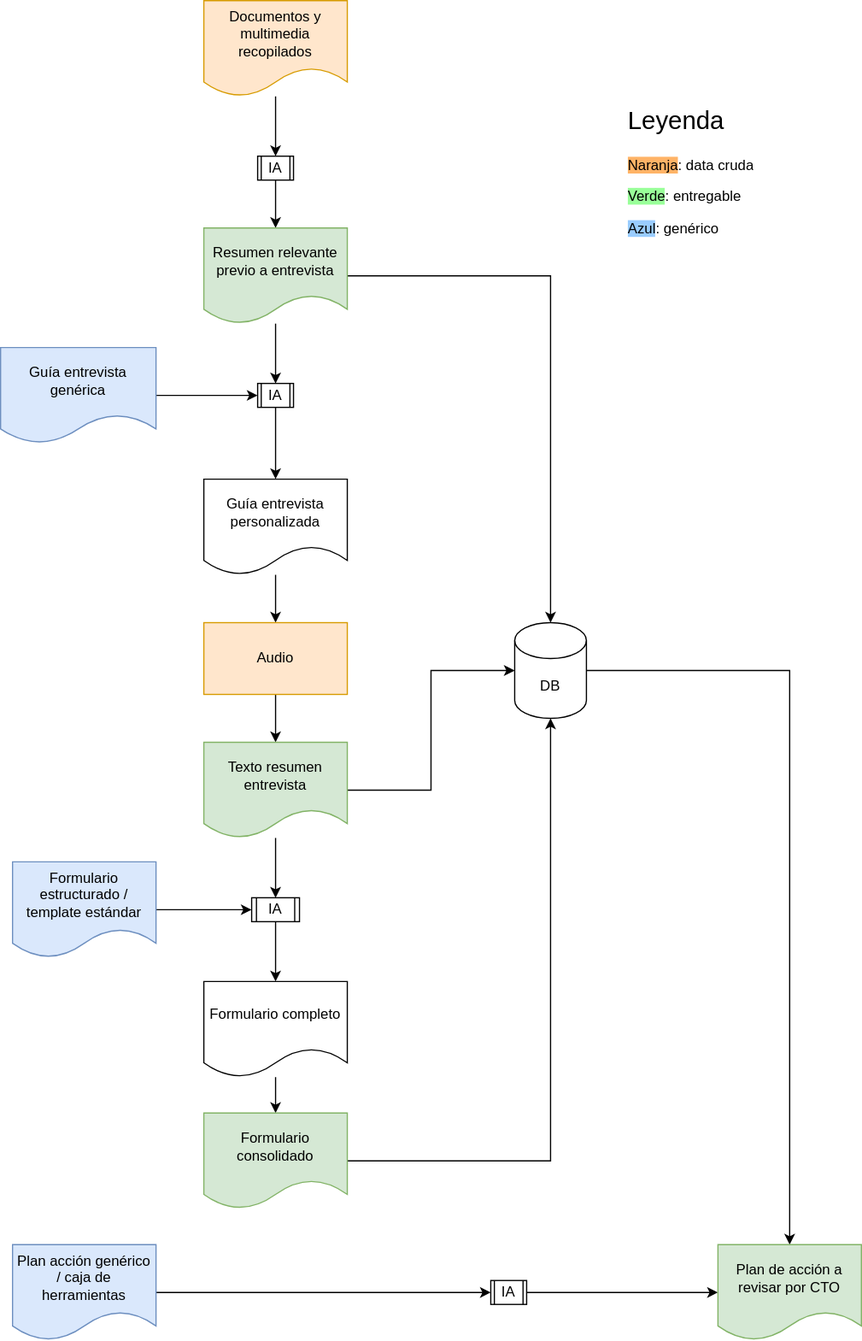
Earlier version of the draw.io export documentos/diagramas/Diagrama.svg (pablosartorio/iandes). Source tidied: cells renumbered, new cells last; positions are measured from the earlier drawing's top-left corner, leaving out a move shared by most shapes.
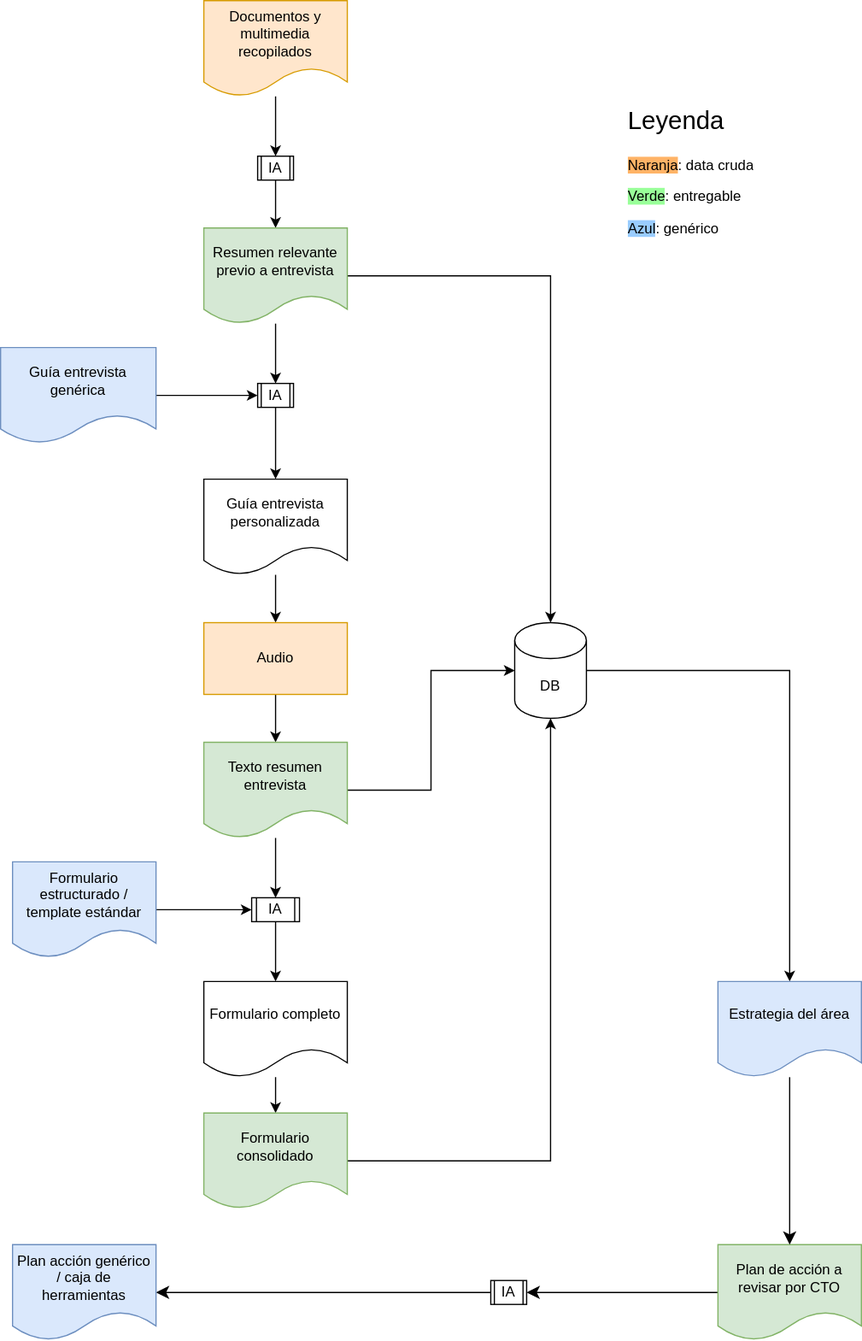
The same diagram one commit later.

Change to the diagram source:
```diff
@@ -23,7 +23,7 @@
     <mxCell id="8" value="Resumen relevante previo a entrevista" style="shape=document;whiteSpace=wrap;html=1;boundedLbl=1;fillColor=#d5e8d4;strokeColor=#82b366;" parent="1" vertex="1">
       <mxGeometry x="170" y="190" width="120" height="80" as="geometry" />
     </mxCell>
-    <mxCell id="9" style="edgeStyle=orthogonalEdgeStyle;rounded=0;jettySize=auto;html=1;exitX=1;exitY=0.5;exitDx=0;exitDy=0;exitPerimeter=0;" parent="1" edge="1" source="10" target="34">
+    <mxCell id="9" style="edgeStyle=orthogonalEdgeStyle;rounded=0;jettySize=auto;html=1;exitX=1;exitY=0.5;exitDx=0;exitDy=0;exitPerimeter=0;entryX=0.5;entryY=0;entryDx=0;entryDy=0;" parent="1" edge="1" source="10" target="39">
       <mxGeometry relative="1" as="geometry" />
     </mxCell>
     <mxCell id="10" value="DB" style="shape=cylinder3;whiteSpace=wrap;html=1;boundedLbl=1;backgroundOutline=1;size=15;" parent="1" vertex="1">
@@ -86,23 +86,29 @@
     <mxCell id="29" value="Formulario consolidado" style="shape=document;whiteSpace=wrap;html=1;boundedLbl=1;rounded=0;fillColor=#d5e8d4;strokeColor=#82b366;" parent="1" vertex="1">
       <mxGeometry x="170" y="930" width="120" height="80" as="geometry" />
     </mxCell>
-    <mxCell id="30" style="edgeStyle=orthogonalEdgeStyle;rounded=0;jettySize=auto;html=1;entryX=0;entryY=0.5;entryDx=0;entryDy=0;" parent="1" edge="1" source="31" target="34">
-      <mxGeometry relative="1" as="geometry" />
-    </mxCell>
+    <mxCell id="36" style="edgeStyle=none;curved=1;rounded=0;jettySize=auto;html=1;entryX=1;entryY=0.5;entryDx=0;entryDy=0;fontSize=12;startSize=8;endSize=8;" parent="1" edge="1" source="31" target="33">
+      <mxGeometry relative="1" as="geometry" />
+    </mxCell>
     <mxCell id="31" value="IA" style="shape=process;whiteSpace=wrap;html=1;backgroundOutline=1;rounded=0;" parent="1" vertex="1">
       <mxGeometry x="410" y="1070" width="30" height="20" as="geometry" />
     </mxCell>
-    <mxCell id="32" style="edgeStyle=orthogonalEdgeStyle;rounded=0;jettySize=auto;html=1;" parent="1" edge="1" source="33" target="31">
-      <mxGeometry relative="1" as="geometry" />
-    </mxCell>
     <mxCell id="33" value="Plan acción genérico / caja de herramientas" style="shape=document;whiteSpace=wrap;html=1;boundedLbl=1;fillColor=#dae8fc;strokeColor=#6c8ebf;" parent="1" vertex="1">
       <mxGeometry x="10" y="1040" width="120" height="80" as="geometry" />
     </mxCell>
+    <mxCell id="37" style="edgeStyle=none;curved=1;rounded=0;jettySize=auto;html=1;entryX=1;entryY=0.5;entryDx=0;entryDy=0;fontSize=12;startSize=8;endSize=8;" parent="1" edge="1" source="34" target="31">
+      <mxGeometry relative="1" as="geometry" />
+    </mxCell>
     <mxCell id="34" value="Plan de acción a revisar por CTO" style="shape=document;whiteSpace=wrap;html=1;boundedLbl=1;fillColor=#d5e8d4;strokeColor=#82b366;" parent="1" vertex="1">
       <mxGeometry x="600" y="1040" width="120" height="80" as="geometry" />
     </mxCell>
     <mxCell id="35" value="&lt;h1&gt;&lt;font style=&quot;font-size: 21px; font-weight: normal;&quot;&gt;Leyenda&lt;/font&gt;&lt;/h1&gt;&lt;p&gt;&lt;span style=&quot;background-color: rgb(255, 179, 102);&quot;&gt;Naranja&lt;/span&gt;: data cruda&lt;/p&gt;&lt;p&gt;&lt;span style=&quot;background-color: rgb(153, 255, 153);&quot;&gt;Verde&lt;/span&gt;: entregable&lt;/p&gt;&lt;p&gt;&lt;font style=&quot;background-color: rgb(153, 204, 255);&quot;&gt;Azul&lt;/font&gt;: genérico&lt;/p&gt;" style="text;html=1;strokeColor=none;fillColor=none;spacing=5;spacingTop=-20;whiteSpace=wrap;overflow=hidden;rounded=0;" parent="1" vertex="1">
       <mxGeometry x="520" y="80" width="190" height="120" as="geometry" />
     </mxCell>
+    <mxCell id="38" style="edgeStyle=none;curved=1;rounded=0;jettySize=auto;html=1;fontSize=12;startSize=8;endSize=8;" parent="1" edge="1" source="39" target="34">
+      <mxGeometry relative="1" as="geometry" />
+    </mxCell>
+    <mxCell id="39" value="Estrategia del área" style="shape=document;whiteSpace=wrap;html=1;boundedLbl=1;fillColor=#dae8fc;strokeColor=#6c8ebf;" parent="1" vertex="1">
+      <mxGeometry x="600" y="820" width="120" height="80" as="geometry" />
+    </mxCell>
   </root>
 </mxGraphModel>
```
